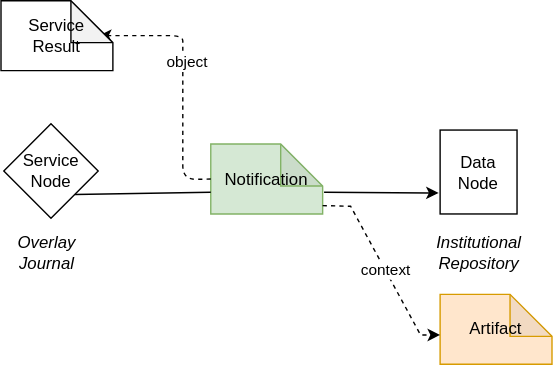
The draw.io diagram images/one_way_service_node.svg in MellonScholarlyCommunication/spec-notifications, before a commit. Source tidied: cells renumbered, new cells last; positions are measured from the earlier drawing's top-left corner, leaving out a move shared by most shapes.
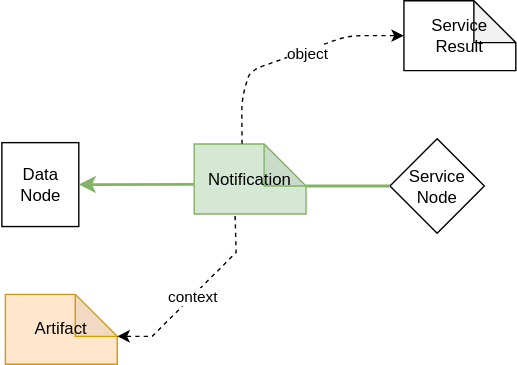
Later version of the same file.

The edit, as a diff of the source:
```diff
@@ -3,54 +3,34 @@
     <mxCell id="0" />
     <mxCell id="1" parent="0" />
     <mxCell id="2" value="Data&lt;br&gt;Node" style="rounded=0;whiteSpace=wrap;html=1;rotation=0;" parent="1" vertex="1">
-      <mxGeometry x="314" y="92.5" width="55" height="60" as="geometry" />
+      <mxGeometry x="12.5" y="101.5" width="55" height="60" as="geometry" />
     </mxCell>
     <mxCell id="3" value="Notification" style="shape=note;whiteSpace=wrap;html=1;backgroundOutline=1;darkOpacity=0.05;strokeColor=#82b366;fillColor=#d5e8d4;" parent="1" vertex="1">
       <mxGeometry x="150" y="102.5" width="80" height="50" as="geometry" />
     </mxCell>
-    <mxCell id="4" style="endArrow=classic;html=1;exitX=0;exitY=0.5;exitDx=0;exitDy=0;exitPerimeter=0;entryX=0;entryY=0.5;entryDx=0;entryDy=0;entryPerimeter=0;dashed=1;" parent="1" edge="1" source="3">
+    <mxCell id="4" style="endArrow=classic;html=1;entryX=0;entryY=0.5;entryDx=0;entryDy=0;entryPerimeter=0;dashed=1;exitX=0.428;exitY=-0.003;exitDx=0;exitDy=0;exitPerimeter=0;" parent="1" edge="1" source="3" target="10">
       <mxGeometry relative="1" as="geometry">
-        <mxPoint x="70" y="25" as="targetPoint" />
         <Array as="points">
-          <mxPoint x="130" y="128" />
-          <mxPoint x="130" y="40" />
-          <mxPoint x="130" y="25" />
+          <mxPoint x="184" y="70" />
+          <mxPoint x="190" y="50" />
+          <mxPoint x="260" y="25" />
         </Array>
       </mxGeometry>
     </mxCell>
     <mxCell id="5" value="object" style="edgeLabel;html=1;align=center;verticalAlign=middle;" parent="4" vertex="1">
       <mxGeometry x="0.15" y="-2" relative="1" as="geometry" />
     </mxCell>
-    <mxCell id="6" style="endArrow=none;html=1;exitX=1;exitY=1;exitDx=0;exitDy=0;" parent="1" edge="1" source="14">
-      <mxGeometry relative="1" as="geometry">
-        <mxPoint x="150" y="137" as="targetPoint" />
-      </mxGeometry>
-    </mxCell>
-    <mxCell id="7" style="endArrow=classic;html=1;entryX=0;entryY=0.75;entryDx=0;entryDy=0;" parent="1" edge="1">
-      <mxGeometry relative="1" as="geometry">
-        <mxPoint x="231" y="137" as="sourcePoint" />
-        <mxPoint x="313" y="137.5" as="targetPoint" />
-      </mxGeometry>
-    </mxCell>
-    <mxCell id="8" value="&lt;i&gt;Overlay&lt;br&gt;Journal&lt;br&gt;&lt;/i&gt;" style="text;html=1;strokeColor=none;fillColor=none;align=center;verticalAlign=middle;whiteSpace=wrap;rounded=0;" parent="1" vertex="1">
-      <mxGeometry x="12.5" y="170" width="40" height="20" as="geometry" />
-    </mxCell>
-    <mxCell id="9" value="&lt;i&gt;Institutional&lt;br&gt;Repository&lt;br&gt;&lt;/i&gt;" style="text;html=1;strokeColor=none;fillColor=none;align=center;verticalAlign=middle;whiteSpace=wrap;rounded=0;" parent="1" vertex="1">
-      <mxGeometry x="321.5" y="170" width="40" height="20" as="geometry" />
-    </mxCell>
     <mxCell id="10" value="Service&lt;br&gt;Result" style="shape=note;whiteSpace=wrap;html=1;backgroundOutline=1;darkOpacity=0.05;" parent="1" vertex="1">
-      <mxGeometry width="80" height="50" as="geometry" />
+      <mxGeometry x="300" width="80" height="50" as="geometry" />
     </mxCell>
     <mxCell id="11" value="Artifact" style="shape=note;whiteSpace=wrap;html=1;backgroundOutline=1;darkOpacity=0.05;strokeColor=#d79b00;fillColor=#ffe6cc;" parent="1" vertex="1">
-      <mxGeometry x="314" y="210" width="80" height="50" as="geometry" />
+      <mxGeometry x="15" y="210" width="80" height="50" as="geometry" />
     </mxCell>
-    <mxCell id="12" style="endArrow=classic;html=1;rounded=0;entryX=0;entryY=0.5;entryDx=0;entryDy=0;entryPerimeter=0;exitX=0;exitY=0;exitDx=80;exitDy=40;exitPerimeter=0;dashed=1;" parent="1" edge="1">
+    <mxCell id="12" style="endArrow=classic;html=1;rounded=0;entryX=0;entryY=0;entryDx=80;entryDy=30;entryPerimeter=0;dashed=1;exitX=0.366;exitY=1.029;exitDx=0;exitDy=0;exitPerimeter=0;" parent="1" edge="1" source="3" target="11">
       <mxGeometry relative="1" as="geometry">
-        <mxPoint x="230" y="146.5" as="sourcePoint" />
-        <mxPoint x="314" y="239" as="targetPoint" />
         <Array as="points">
-          <mxPoint x="250" y="147" />
-          <mxPoint x="300" y="239" />
+          <mxPoint x="180" y="180" />
+          <mxPoint x="120" y="240" />
         </Array>
       </mxGeometry>
     </mxCell>
@@ -58,7 +38,13 @@
       <mxGeometry x="0.04" relative="1" as="geometry" />
     </mxCell>
     <mxCell id="14" value="Service&lt;br&gt;Node" style="rhombus;whiteSpace=wrap;html=1;" parent="1" vertex="1">
-      <mxGeometry x="2" y="88" width="67.5" height="67.5" as="geometry" />
+      <mxGeometry x="290" y="98.8" width="67.5" height="67.5" as="geometry" />
     </mxCell>
+    <mxCell id="15" style="endArrow=classic;html=1;rounded=0;entryX=1;entryY=0.5;entryDx=0;entryDy=0;exitX=-0.002;exitY=0.577;exitDx=0;exitDy=0;exitPerimeter=0;strokeWidth=2;fillColor=#d5e8d4;strokeColor=#82b366;" parent="1" edge="1" source="3" target="2">
+      <mxGeometry relative="1" as="geometry" />
+    </mxCell>
+    <mxCell id="16" style="endArrow=none;html=1;rounded=0;strokeWidth=2;entryX=0;entryY=0.5;entryDx=0;entryDy=0;exitX=0;exitY=0;exitDx=80;exitDy=30;exitPerimeter=0;fillColor=#d5e8d4;strokeColor=#82b366;" parent="1" edge="1" source="3" target="14">
+      <mxGeometry relative="1" as="geometry" />
+    </mxCell>
   </root>
 </mxGraphModel>
```
